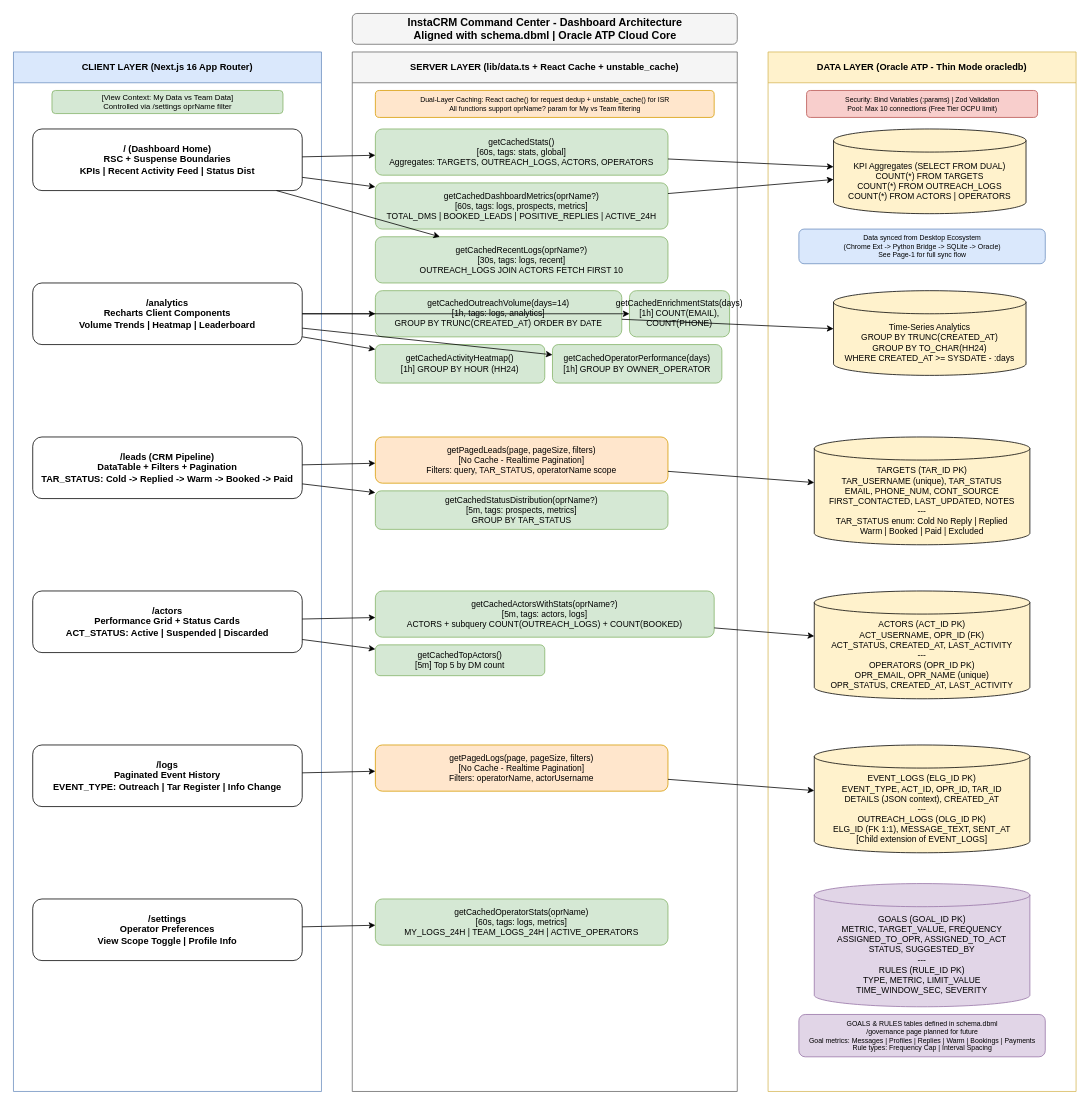
The draw.io diagram page "Dashboard Architecture" (2 of 2) of project_workflow.drawio in Hashaam101/insta-outreach-logger-dashboard, before the edit. Source tidied: cells renumbered, new cells numbered last; positions are measured from the earlier drawing's top-left corner, leaving out a move shared by most shapes. Both pictures are drawn from the tidied source at 77%, with x=0, y=0 at pixel (13, 13).
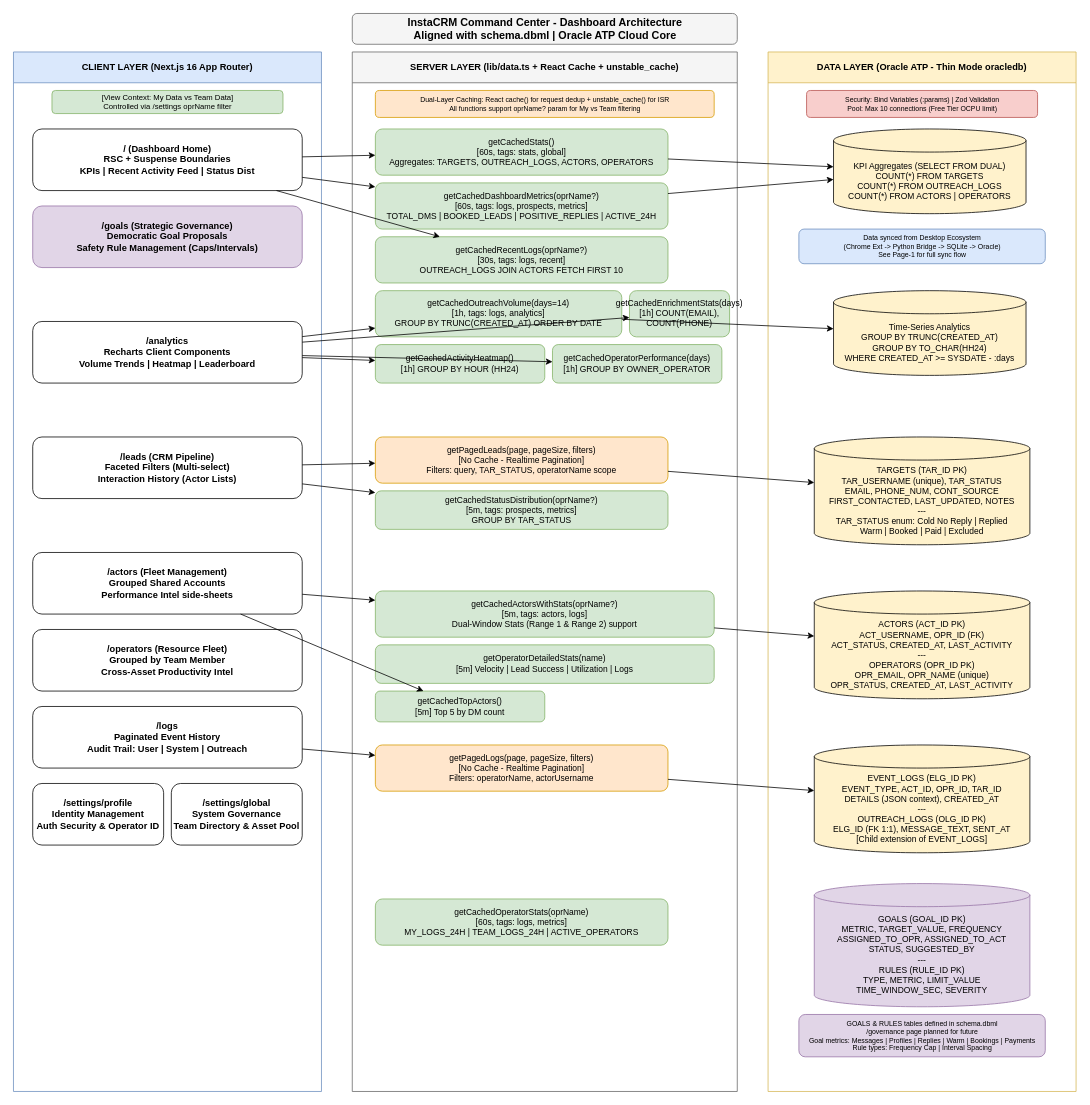
After the change.

The change refers to these unchanged cells:
```xml
<mxCell id="3" value="CLIENT LAYER (Next.js 16 App Router)" style="swimlane;horizontal=1;startSize=40;whiteSpace=wrap;html=1;fillColor=#dae8fc;strokeColor=#6c8ebf;" parent="1" vertex="1">
  <mxGeometry y="50" width="400" height="1350" as="geometry" />
</mxCell>
<mxCell id="11" value="SERVER LAYER (lib/data.ts + React Cache + unstable_cache)" style="swimlane;horizontal=1;startSize=40;whiteSpace=wrap;html=1;fillColor=#f5f5f5;strokeColor=#666666;" parent="1" vertex="1">
  <mxGeometry x="440" y="50" width="500" height="1350" as="geometry" />
</mxCell>
<mxCell id="25" value="getCachedOperatorStats(oprName)&#10;[60s, tags: logs, metrics]&#10;MY_LOGS_24H | TEAM_LOGS_24H | ACTIVE_OPERATORS" style="rounded=1;whiteSpace=wrap;html=1;fillColor=#d5e8d4;strokeColor=#82b366;fontSize=11;" parent="11" vertex="1">
  <mxGeometry x="30" y="1100" width="380" height="60" as="geometry" />
</mxCell>
```

Diff of the diagram source:
```diff
@@
+    <mxCell id="55" value="/goals (Strategic Governance)&#10;Democratic Goal Proposals&#10;Safety Rule Management (Caps/Intervals)" style="rounded=1;whiteSpace=wrap;html=1;fillColor=#e1d5e7;strokeColor=#9673a6;fontStyle=1;fontSize=12;" parent="3" vertex="1">
+      <mxGeometry x="25" y="200" width="350" height="80" as="geometry" />
+    </mxCell>
     <mxCell id="6" value="/analytics&#10;Recharts Client Components&#10;Volume Trends | Heatmap | Leaderboard" style="rounded=1;whiteSpace=wrap;html=1;fillColor=#ffffff;strokeColor=#000000;fontStyle=1;fontSize=12;" parent="3" vertex="1">
-      <mxGeometry x="25" y="300" width="350" height="80" as="geometry" />
+      <mxGeometry x="25" y="350" width="350" height="80" as="geometry" />
     </mxCell>
-    <mxCell id="7" value="/leads (CRM Pipeline)&#10;DataTable + Filters + Pagination&#10;TAR_STATUS: Cold -&gt; Replied -&gt; Warm -&gt; Booked -&gt; Paid" style="rounded=1;whiteSpace=wrap;html=1;fillColor=#ffffff;strokeColor=#000000;fontStyle=1;fontSize=12;" parent="3" vertex="1">
+    <mxCell id="7" value="/leads (CRM Pipeline)&#10;Faceted Filters (Multi-select)&#10;Interaction History (Actor Lists)" style="rounded=1;whiteSpace=wrap;html=1;fillColor=#ffffff;strokeColor=#000000;fontStyle=1;fontSize=12;" parent="3" vertex="1">
       <mxGeometry x="25" y="500" width="350" height="80" as="geometry" />
     </mxCell>
-    <mxCell id="8" value="/actors&#10;Performance Grid + Status Cards&#10;ACT_STATUS: Active | Suspended | Discarded" style="rounded=1;whiteSpace=wrap;html=1;fillColor=#ffffff;strokeColor=#000000;fontStyle=1;fontSize=12;" parent="3" vertex="1">
-      <mxGeometry x="25" y="700" width="350" height="80" as="geometry" />
+    <mxCell id="8" value="/actors (Fleet Management)&#10;Grouped Shared Accounts&#10;Performance Intel side-sheets" style="rounded=1;whiteSpace=wrap;html=1;fillColor=#ffffff;strokeColor=#000000;fontStyle=1;fontSize=12;" parent="3" vertex="1">
+      <mxGeometry x="25" y="650" width="350" height="80" as="geometry" />
     </mxCell>
+    <mxCell id="56" value="/operators (Resource Fleet)&#10;Grouped by Team Member&#10;Cross-Asset Productivity Intel" style="rounded=1;whiteSpace=wrap;html=1;fillColor=#ffffff;strokeColor=#000000;fontStyle=1;fontSize=12;" parent="3" vertex="1">
+      <mxGeometry x="25" y="750" width="350" height="80" as="geometry" />
+    </mxCell>
-    <mxCell id="9" value="/logs&#10;Paginated Event History&#10;EVENT_TYPE: Outreach | Tar Register | Info Change" style="rounded=1;whiteSpace=wrap;html=1;fillColor=#ffffff;strokeColor=#000000;fontStyle=1;fontSize=12;" parent="3" vertex="1">
-      <mxGeometry x="25" y="900" width="350" height="80" as="geometry" />
+    <mxCell id="9" value="/logs&#10;Paginated Event History&#10;Audit Trail: User | System | Outreach" style="rounded=1;whiteSpace=wrap;html=1;fillColor=#ffffff;strokeColor=#000000;fontStyle=1;fontSize=12;" parent="3" vertex="1">
+      <mxGeometry x="25" y="850" width="350" height="80" as="geometry" />
     </mxCell>
-    <mxCell id="10" value="/settings&#10;Operator Preferences&#10;View Scope Toggle | Profile Info" style="rounded=1;whiteSpace=wrap;html=1;fillColor=#ffffff;strokeColor=#000000;fontStyle=1;fontSize=12;" parent="3" vertex="1">
-      <mxGeometry x="25" y="1100" width="350" height="80" as="geometry" />
-    </mxCell>
+    <mxCell id="57" value="/settings/profile&#10;Identity Management&#10;Auth Security &amp; Operator ID" style="rounded=1;whiteSpace=wrap;html=1;fillColor=#ffffff;strokeColor=#000000;fontStyle=1;fontSize=12;" parent="3" vertex="1">
+      <mxGeometry x="25" y="950" width="170" height="80" as="geometry" />
+    </mxCell>
+    <mxCell id="58" value="/settings/global&#10;System Governance&#10;Team Directory &amp; Asset Pool" style="rounded=1;whiteSpace=wrap;html=1;fillColor=#ffffff;strokeColor=#000000;fontStyle=1;fontSize=12;" parent="3" vertex="1">
+      <mxGeometry x="205" y="950" width="170" height="80" as="geometry" />
+    </mxCell>
@@
-    <mxCell id="22" value="getCachedActorsWithStats(oprName?)&#10;[5m, tags: actors, logs]&#10;ACTORS + subquery COUNT(OUTREACH_LOGS) + COUNT(BOOKED)" style="rounded=1;whiteSpace=wrap;html=1;fillColor=#d5e8d4;strokeColor=#82b366;fontSize=11;" parent="11" vertex="1">
+    <mxCell id="22" value="getCachedActorsWithStats(oprName?)&#10;[5m, tags: actors, logs]&#10;Dual-Window Stats (Range 1 &amp; Range 2) support" style="rounded=1;whiteSpace=wrap;html=1;fillColor=#d5e8d4;strokeColor=#82b366;fontSize=11;" parent="11" vertex="1">
       <mxGeometry x="30" y="700" width="440" height="60" as="geometry" />
     </mxCell>
+    <mxCell id="59" value="getOperatorDetailedStats(name)&#10;[5m] Velocity | Lead Success | Utilization | Logs" style="rounded=1;whiteSpace=wrap;html=1;fillColor=#d5e8d4;strokeColor=#82b366;fontSize=11;" parent="11" vertex="1">
+      <mxGeometry x="30" y="770" width="440" height="50" as="geometry" />
+    </mxCell>
     <mxCell id="23" value="getCachedTopActors()&#10;[5m] Top 5 by DM count" style="rounded=1;whiteSpace=wrap;html=1;fillColor=#d5e8d4;strokeColor=#82b366;fontSize=11;" parent="11" vertex="1">
-      <mxGeometry x="30" y="770" width="220" height="40" as="geometry" />
+      <mxGeometry x="30" y="830" width="220" height="40" as="geometry" />
     </mxCell>
@@
-    <mxCell id="54" parent="1" edge="1" source="10" target="25">
+    <mxCell id="54" parent="1" edge="1" target="25">
       <mxGeometry relative="1" as="geometry" />
     </mxCell>
```
